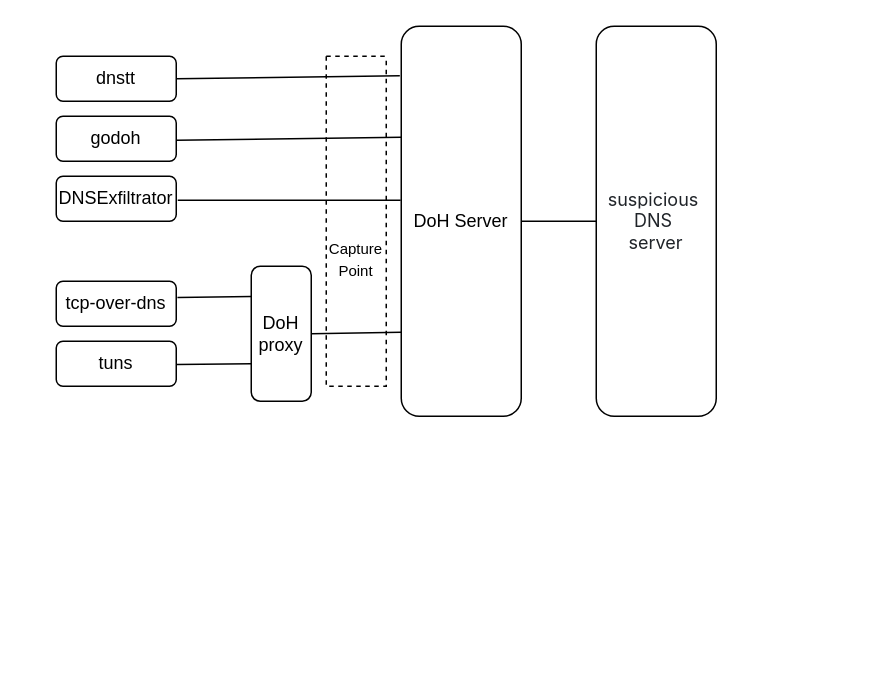
XTU-TVS/Emerging-DoH-Tunnel-Traffic-XTU keeps this draw.io diagram as NetFlow.drawio. Above is the earlier version. Source tidied: cells renumbered, new cells numbered last; positions are measured from the earlier drawing's top-left corner, leaving out a move shared by most shapes. Both pictures are drawn from the tidied source at 150%, with x=0, y=0 at pixel (56, 26).
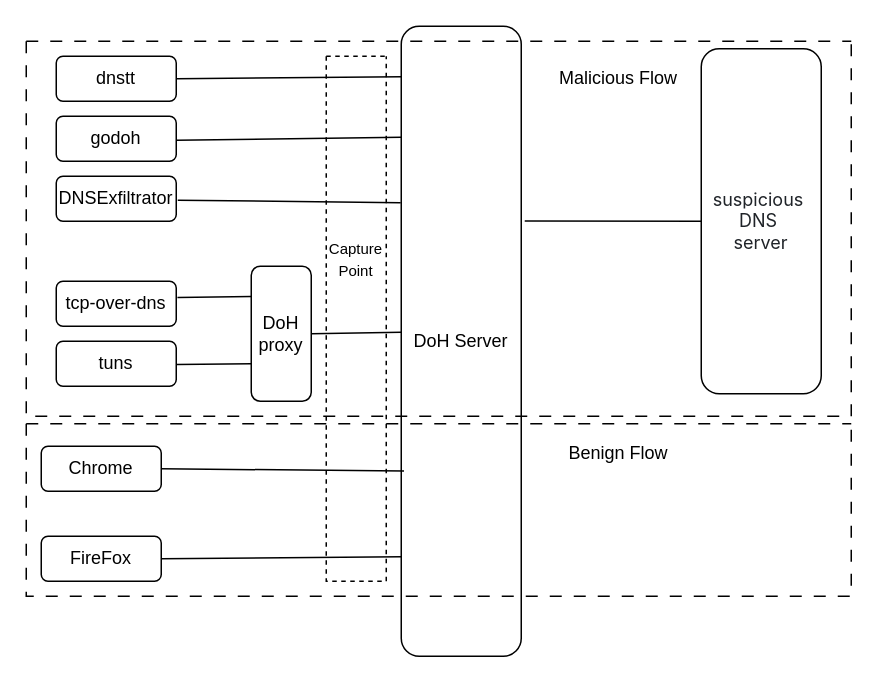
The same diagram, later.

The change refers to these unchanged cells:
```xml
<mxCell id="2" value="dnstt" style="rounded=1;whiteSpace=wrap;html=1;" parent="1" vertex="1">
  <mxGeometry y="20" width="80" height="30" as="geometry" />
</mxCell>
```

Diff of the diagram source:
```diff
@@
     <mxCell id="10" value="DoH Server" style="rounded=1;whiteSpace=wrap;html=1;" parent="1" vertex="1">
-      <mxGeometry x="230" width="80" height="260" as="geometry" />
+      <mxGeometry x="230" width="80" height="420" as="geometry" />
     </mxCell>
-    <mxCell id="11" style="endArrow=none;html=1;rounded=0;exitX=1;exitY=0.5;exitDx=0;exitDy=0;entryX=-0.012;entryY=0.127;entryDx=0;entryDy=0;entryPerimeter=0;" parent="1" edge="1" source="2" target="10">
+    <mxCell id="11" style="endArrow=none;html=1;rounded=0;exitX=1;exitY=0.5;exitDx=0;exitDy=0;entryX=0.006;entryY=0.08;entryDx=0;entryDy=0;entryPerimeter=0;" parent="1" edge="1" source="2" target="10">
       <mxGeometry relative="1" as="geometry" />
     </mxCell>
@@
-    <mxCell id="13" style="endArrow=none;html=1;rounded=0;exitX=1;exitY=0.5;exitDx=0;exitDy=0;entryX=-0.005;entryY=0.446;entryDx=0;entryDy=0;entryPerimeter=0;" parent="1" edge="1" target="10">
+    <mxCell id="13" style="endArrow=none;html=1;rounded=0;exitX=1;exitY=0.5;exitDx=0;exitDy=0;entryX=-0.005;entryY=0.28;entryDx=0;entryDy=0;entryPerimeter=0;" parent="1" edge="1" target="10">
       <mxGeometry relative="1" as="geometry">
         <mxPoint x="81" y="116" as="sourcePoint" />
       </mxGeometry>
     </mxCell>
@@
-    <mxCell id="15" value="&lt;span style=&quot;color: rgb(31, 35, 40); font-family: -apple-system, BlinkMacSystemFont, &amp;quot;Segoe UI&amp;quot;, &amp;quot;Noto Sans&amp;quot;, Helvetica, Arial, sans-serif, &amp;quot;Apple Color Emoji&amp;quot;, &amp;quot;Segoe UI Emoji&amp;quot;; text-align: left; background-color: rgb(255, 255, 255);&quot;&gt;&lt;font&gt;suspicious&amp;nbsp;&lt;/font&gt;&lt;/span&gt;&lt;div&gt;&lt;span style=&quot;color: rgb(31, 35, 40); font-family: -apple-system, BlinkMacSystemFont, &amp;quot;Segoe UI&amp;quot;, &amp;quot;Noto Sans&amp;quot;, Helvetica, Arial, sans-serif, &amp;quot;Apple Color Emoji&amp;quot;, &amp;quot;Segoe UI Emoji&amp;quot;; text-align: left; background-color: rgb(255, 255, 255);&quot;&gt;&lt;font&gt;DNS&amp;nbsp;&lt;/font&gt;&lt;/span&gt;&lt;/div&gt;&lt;div&gt;&lt;span style=&quot;color: rgb(31, 35, 40); font-family: -apple-system, BlinkMacSystemFont, &amp;quot;Segoe UI&amp;quot;, &amp;quot;Noto Sans&amp;quot;, Helvetica, Arial, sans-serif, &amp;quot;Apple Color Emoji&amp;quot;, &amp;quot;Segoe UI Emoji&amp;quot;; text-align: left; background-color: rgb(255, 255, 255);&quot;&gt;&lt;font&gt;server&lt;/font&gt;&lt;/span&gt;&lt;/div&gt;" style="rounded=1;whiteSpace=wrap;html=1;" parent="1" vertex="1">
-      <mxGeometry x="360" width="80" height="260" as="geometry" />
-    </mxCell>
-    <mxCell id="16" style="endArrow=none;html=1;rounded=0;exitX=1;exitY=0.5;exitDx=0;exitDy=0;entryX=0;entryY=0.5;entryDx=0;entryDy=0;" parent="1" edge="1" source="10" target="15">
+    <mxCell id="16" style="endArrow=none;html=1;rounded=0;exitX=1.029;exitY=0.309;exitDx=0;exitDy=0;entryX=0;entryY=0.5;entryDx=0;entryDy=0;exitPerimeter=0;" parent="1" edge="1" source="10" target="15">
       <mxGeometry relative="1" as="geometry" />
     </mxCell>
     <mxCell id="17" style="swimlane;startSize=0;dashed=1;" parent="1" vertex="1">
-      <mxGeometry x="180" y="20" width="40" height="220" as="geometry" />
+      <mxGeometry x="180" y="20" width="40" height="350" as="geometry" />
     </mxCell>
@@
+    <mxCell id="19" style="swimlane;startSize=0;dashed=1;dashPattern=8 8;" parent="1" vertex="1">
+      <mxGeometry x="-20" y="10" width="550" height="250" as="geometry" />
+    </mxCell>
+    <mxCell id="15" value="&lt;span style=&quot;color: rgb(31, 35, 40); font-family: -apple-system, BlinkMacSystemFont, &amp;quot;Segoe UI&amp;quot;, &amp;quot;Noto Sans&amp;quot;, Helvetica, Arial, sans-serif, &amp;quot;Apple Color Emoji&amp;quot;, &amp;quot;Segoe UI Emoji&amp;quot;; text-align: left; background-color: rgb(255, 255, 255);&quot;&gt;&lt;font&gt;suspicious&amp;nbsp;&lt;/font&gt;&lt;/span&gt;&lt;div&gt;&lt;span style=&quot;color: rgb(31, 35, 40); font-family: -apple-system, BlinkMacSystemFont, &amp;quot;Segoe UI&amp;quot;, &amp;quot;Noto Sans&amp;quot;, Helvetica, Arial, sans-serif, &amp;quot;Apple Color Emoji&amp;quot;, &amp;quot;Segoe UI Emoji&amp;quot;; text-align: left; background-color: rgb(255, 255, 255);&quot;&gt;&lt;font&gt;DNS&amp;nbsp;&lt;/font&gt;&lt;/span&gt;&lt;/div&gt;&lt;div&gt;&lt;span style=&quot;color: rgb(31, 35, 40); font-family: -apple-system, BlinkMacSystemFont, &amp;quot;Segoe UI&amp;quot;, &amp;quot;Noto Sans&amp;quot;, Helvetica, Arial, sans-serif, &amp;quot;Apple Color Emoji&amp;quot;, &amp;quot;Segoe UI Emoji&amp;quot;; text-align: left; background-color: rgb(255, 255, 255);&quot;&gt;&lt;font&gt;server&lt;/font&gt;&lt;/span&gt;&lt;/div&gt;" style="rounded=1;whiteSpace=wrap;html=1;" parent="19" vertex="1">
+      <mxGeometry x="450" y="5" width="80" height="230" as="geometry" />
+    </mxCell>
+    <mxCell id="20" value="Malicious Flow" style="text;html=1;align=center;verticalAlign=middle;whiteSpace=wrap;rounded=0;" parent="19" vertex="1">
+      <mxGeometry x="350" y="10" width="90" height="30" as="geometry" />
+    </mxCell>
+    <mxCell id="21" value="Chrome" style="rounded=1;whiteSpace=wrap;html=1;" parent="1" vertex="1">
+      <mxGeometry x="-10" y="280" width="80" height="30" as="geometry" />
+    </mxCell>
+    <mxCell id="22" style="endArrow=none;html=1;rounded=0;exitX=1;exitY=0.5;exitDx=0;exitDy=0;entryX=0.023;entryY=0.706;entryDx=0;entryDy=0;entryPerimeter=0;" parent="1" edge="1" source="21" target="10">
+      <mxGeometry relative="1" as="geometry" />
+    </mxCell>
+    <mxCell id="23" style="endArrow=none;html=1;rounded=0;exitX=1;exitY=0.5;exitDx=0;exitDy=0;entryX=0.006;entryY=0.842;entryDx=0;entryDy=0;entryPerimeter=0;" parent="1" edge="1" source="25" target="10">
+      <mxGeometry relative="1" as="geometry" />
+    </mxCell>
+    <mxCell id="24" style="swimlane;startSize=0;dashed=1;dashPattern=8 8;" parent="1" vertex="1">
+      <mxGeometry x="-20" y="265" width="550" height="115" as="geometry" />
+    </mxCell>
+    <mxCell id="25" value="FireFox" style="rounded=1;whiteSpace=wrap;html=1;" parent="24" vertex="1">
+      <mxGeometry x="10" y="75" width="80" height="30" as="geometry" />
+    </mxCell>
+    <mxCell id="26" value="Benign&amp;nbsp;Flow" style="text;html=1;align=center;verticalAlign=middle;whiteSpace=wrap;rounded=0;" parent="24" vertex="1">
+      <mxGeometry x="350" y="5" width="90" height="30" as="geometry" />
+    </mxCell>
```
